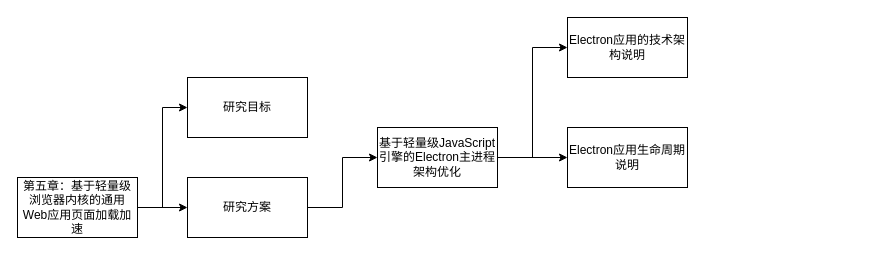
Before: 未命名绘图.drawio in yuhaishenedc/drawio, a draw.io diagram. Source tidied: cells renumbered, new cells numbered last; positions are measured from the earlier drawing's top-left corner, leaving out a move shared by most shapes. Both pictures are drawn from the tidied source at 100%, with x=0, y=0 at pixel (17, 17).
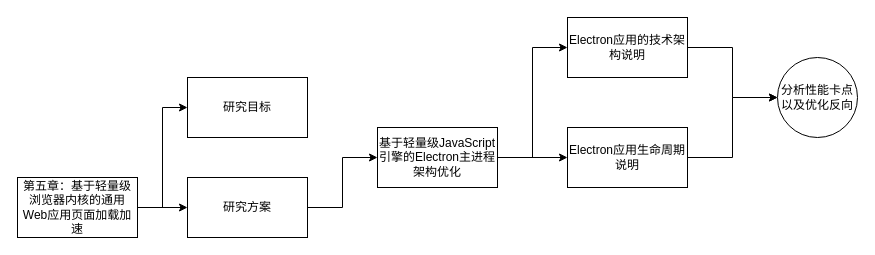
After the change.

Commit message:
更新未命名绘图.drawio

What changed in the source:
```diff
@@
 <mxGraphModel>
   <root>
     <mxCell id="0" />
     <mxCell id="1" parent="0" />
     <mxCell id="2" style="edgeStyle=orthogonalEdgeStyle;rounded=0;jettySize=auto;html=1;exitX=1;exitY=0.5;exitDx=0;exitDy=0;" parent="1" edge="1" source="4" target="7">
       <mxGeometry relative="1" as="geometry" />
     </mxCell>
     <mxCell id="3" style="edgeStyle=orthogonalEdgeStyle;rounded=0;jettySize=auto;html=1;exitX=1;exitY=0.5;exitDx=0;exitDy=0;entryX=0;entryY=0.5;entryDx=0;entryDy=0;" parent="1" edge="1" source="4" target="5">
       <mxGeometry relative="1" as="geometry" />
     </mxCell>
     <mxCell id="4" value="第五章：基于轻量级浏览器内核的通用Web应用页面加载加速" style="rounded=0;whiteSpace=wrap;html=1;" parent="1" vertex="1">
       <mxGeometry y="160" width="120" height="60" as="geometry" />
     </mxCell>
     <mxCell id="5" value="研究目标" style="rounded=0;whiteSpace=wrap;html=1;" parent="1" vertex="1">
       <mxGeometry x="170" y="60" width="120" height="60" as="geometry" />
     </mxCell>
     <mxCell id="6" style="edgeStyle=orthogonalEdgeStyle;rounded=0;jettySize=auto;html=1;exitX=1;exitY=0.5;exitDx=0;exitDy=0;entryX=0;entryY=0.5;entryDx=0;entryDy=0;" parent="1" edge="1" source="7" target="10">
       <mxGeometry relative="1" as="geometry" />
     </mxCell>
     <mxCell id="7" value="研究方案" style="rounded=0;whiteSpace=wrap;html=1;" parent="1" vertex="1">
       <mxGeometry x="170" y="160" width="120" height="60" as="geometry" />
     </mxCell>
     <mxCell id="8" style="edgeStyle=orthogonalEdgeStyle;rounded=0;jettySize=auto;html=1;exitX=1;exitY=0.5;exitDx=0;exitDy=0;entryX=0;entryY=0.5;entryDx=0;entryDy=0;" parent="1" edge="1" source="10" target="11">
       <mxGeometry relative="1" as="geometry" />
     </mxCell>
     <mxCell id="9" style="edgeStyle=orthogonalEdgeStyle;rounded=0;jettySize=auto;html=1;entryX=0;entryY=0.5;entryDx=0;entryDy=0;" parent="1" edge="1" source="10" target="12">
       <mxGeometry relative="1" as="geometry" />
     </mxCell>
     <mxCell id="10" value="基于轻量级JavaScript引擎的Electron主进程架构优化" style="rounded=0;whiteSpace=wrap;html=1;" parent="1" vertex="1">
       <mxGeometry x="360" y="110" width="120" height="60" as="geometry" />
     </mxCell>
+    <mxCell id="13" style="edgeStyle=orthogonalEdgeStyle;rounded=0;jettySize=auto;html=1;exitX=1;exitY=0.5;exitDx=0;exitDy=0;" parent="1" edge="1" source="11" target="15">
+      <mxGeometry relative="1" as="geometry" />
+    </mxCell>
     <mxCell id="11" value="Electron应用的技术架构说明" style="rounded=0;whiteSpace=wrap;html=1;" parent="1" vertex="1">
       <mxGeometry x="550" width="120" height="60" as="geometry" />
     </mxCell>
+    <mxCell id="14" style="edgeStyle=orthogonalEdgeStyle;rounded=0;jettySize=auto;html=1;exitX=1;exitY=0.5;exitDx=0;exitDy=0;entryX=0;entryY=0.5;entryDx=0;entryDy=0;" parent="1" edge="1" source="12" target="15">
+      <mxGeometry relative="1" as="geometry" />
+    </mxCell>
     <mxCell id="12" value="Electron应用生命周期说明" style="rounded=0;whiteSpace=wrap;html=1;" parent="1" vertex="1">
       <mxGeometry x="550" y="110" width="120" height="60" as="geometry" />
     </mxCell>
+    <mxCell id="15" value="分析性能卡点以及优化反向" style="ellipse;whiteSpace=wrap;html=1;" parent="1" vertex="1">
+      <mxGeometry x="760" y="40" width="80" height="80" as="geometry" />
+    </mxCell>
   </root>
 </mxGraphModel>
```
